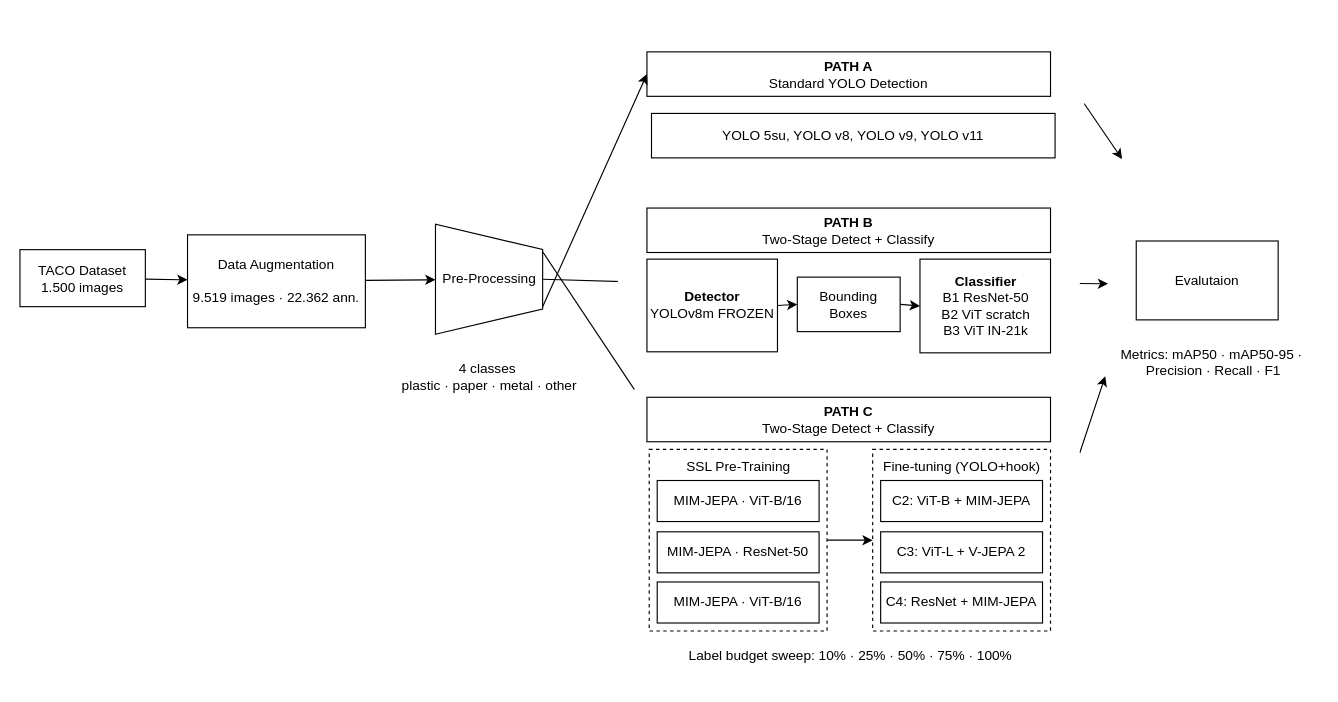
Earlier version of the draw.io diagram page "Página-1" (1 of 4) of pipeline.drawio (gruporaia/TrashScan). Source tidied: cells renumbered, new cells numbered last; positions are measured from the earlier drawing's top-left corner, leaving out a move shared by most shapes. Both pictures are drawn from the tidied source at 114%, with x=0, y=0 at pixel (19, -128).
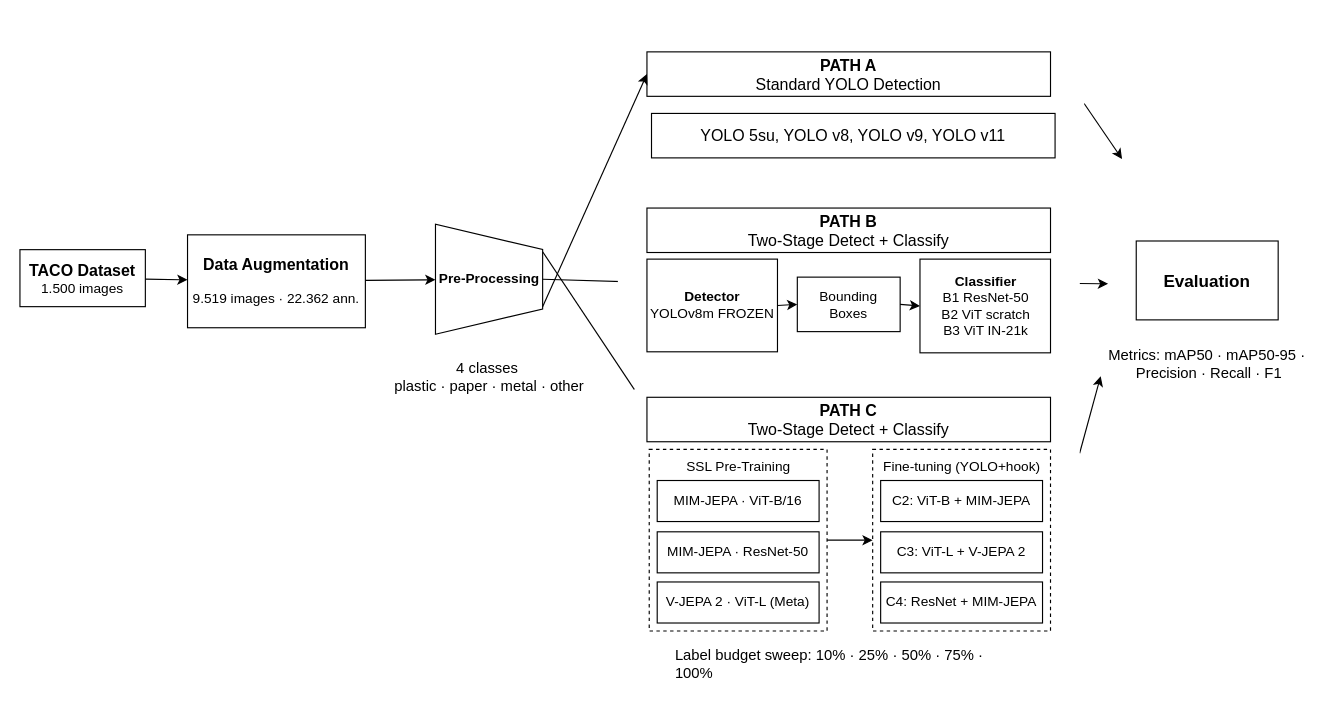
Above is the later version.

Change to the diagram source:
```diff
@@
-    <mxCell id="6" value="&lt;font style=&quot;color: light-dark(rgb(0, 0, 0), rgb(0, 0, 0));&quot;&gt;TACO Dataset&lt;/font&gt;&lt;div&gt;&lt;font style=&quot;color: light-dark(rgb(0, 0, 0), rgb(0, 0, 0));&quot;&gt;1.500 images&lt;/font&gt;&lt;/div&gt;" style="html=1;whiteSpace=wrap;fillColor=none;strokeColor=light-dark(#000000,#000000);" parent="1" vertex="1">
+    <mxCell id="6" value="&lt;font style=&quot;color: light-dark(rgb(0, 0, 0), rgb(0, 0, 0)); font-size: 14px;&quot;&gt;&lt;b style=&quot;&quot;&gt;TACO Dataset&lt;/b&gt;&lt;/font&gt;&lt;div&gt;&lt;font style=&quot;color: light-dark(rgb(0, 0, 0), rgb(0, 0, 0));&quot;&gt;1.500 images&lt;/font&gt;&lt;/div&gt;" style="html=1;whiteSpace=wrap;fillColor=none;strokeColor=light-dark(#000000,#000000);" parent="1" vertex="1">
       <mxGeometry y="330.5" width="110" height="50" as="geometry" />
     </mxCell>
@@
-    <mxCell id="9" value="&lt;font style=&quot;color: light-dark(rgb(0, 0, 0), rgb(0, 0, 0));&quot;&gt;Data Augmentation&lt;/font&gt;&lt;div&gt;&lt;font color=&quot;#000000&quot;&gt;&lt;br&gt;&lt;/font&gt;&lt;div&gt;&lt;font style=&quot;&quot;&gt;&lt;font style=&quot;color: light-dark(rgb(0, 0, 0), rgb(0, 0, 0));&quot;&gt;9.519 images · 22.362 ann.&lt;/font&gt;&lt;/font&gt;&lt;/div&gt;&lt;/div&gt;" style="html=1;whiteSpace=wrap;fillColor=none;strokeColor=light-dark(#000000,#000000);" parent="1" vertex="1">
+    <mxCell id="9" value="&lt;font style=&quot;color: light-dark(rgb(0, 0, 0), rgb(0, 0, 0)); font-size: 14px;&quot;&gt;&lt;b style=&quot;&quot;&gt;Data Augmentation&lt;/b&gt;&lt;/font&gt;&lt;div&gt;&lt;font color=&quot;#000000&quot;&gt;&lt;br&gt;&lt;/font&gt;&lt;div&gt;&lt;font style=&quot;&quot;&gt;&lt;font style=&quot;color: light-dark(rgb(0, 0, 0), rgb(0, 0, 0));&quot;&gt;9.519 images · 22.362 ann.&lt;/font&gt;&lt;/font&gt;&lt;/div&gt;&lt;/div&gt;" style="html=1;whiteSpace=wrap;fillColor=none;strokeColor=light-dark(#000000,#000000);" parent="1" vertex="1">
       <mxGeometry x="147" y="317.5" width="156" height="81.5" as="geometry" />
     </mxCell>
@@
-    <mxCell id="13" value="Pre-Processing" style="verticalLabelPosition=middle;verticalAlign=middle;html=1;shape=trapezoid;perimeter=trapezoidPerimeter;whiteSpace=wrap;size=0.23;arcSize=10;flipV=1;labelPosition=center;align=center;legacyAnchorPoints=0;strokeColor=light-dark(#000000,#000000);fontFamily=Helvetica;fontSize=12;fontColor=light-dark(#000000,#000000);labelBackgroundColor=none;fillColor=none;direction=south;" parent="1" vertex="1">
+    <mxCell id="13" value="&lt;b&gt;Pre-Processing&lt;/b&gt;" style="verticalLabelPosition=middle;verticalAlign=middle;html=1;shape=trapezoid;perimeter=trapezoidPerimeter;whiteSpace=wrap;size=0.23;arcSize=10;flipV=1;labelPosition=center;align=center;legacyAnchorPoints=0;strokeColor=light-dark(#000000,#000000);fontFamily=Helvetica;fontSize=12;fontColor=light-dark(#000000,#000000);labelBackgroundColor=none;fillColor=none;direction=south;" parent="1" vertex="1">
       <mxGeometry x="364.5" y="308.2" width="94" height="96.5" as="geometry" />
     </mxCell>
-    <mxCell id="14" value="4 classes&amp;nbsp;&lt;div&gt;plastic · paper · metal · other&lt;/div&gt;" style="text;html=1;whiteSpace=wrap;strokeColor=none;fillColor=none;align=center;verticalAlign=middle;rounded=0;fontFamily=Helvetica;fontSize=12;fontColor=light-dark(#000000,#000000);labelBackgroundColor=none;" parent="1" vertex="1">
+    <mxCell id="14" value="&lt;font style=&quot;font-size: 13px;&quot;&gt;4 classes&amp;nbsp;&lt;/font&gt;&lt;div&gt;&lt;font style=&quot;font-size: 13px;&quot;&gt;plastic · paper · metal · other&lt;/font&gt;&lt;/div&gt;" style="text;html=1;whiteSpace=wrap;strokeColor=none;fillColor=none;align=center;verticalAlign=middle;rounded=0;fontFamily=Helvetica;fontSize=12;fontColor=light-dark(#000000,#000000);labelBackgroundColor=none;" parent="1" vertex="1">
       <mxGeometry x="326.5" y="435.5" width="170" height="12" as="geometry" />
     </mxCell>
-    <mxCell id="15" value="&lt;font style=&quot;color: light-dark(rgb(0, 0, 0), rgb(0, 0, 0));&quot;&gt;&lt;b&gt;PATH A&lt;br&gt;&lt;/b&gt;&lt;span&gt;Standard YOLO Detection&lt;/span&gt;&lt;/font&gt;" style="html=1;whiteSpace=wrap;fillColor=none;strokeColor=light-dark(#000000,#000000);" parent="1" vertex="1">
+    <mxCell id="15" value="&lt;font style=&quot;color: light-dark(rgb(0, 0, 0), rgb(0, 0, 0)); font-size: 14px;&quot;&gt;&lt;b style=&quot;&quot;&gt;PATH A&lt;br&gt;&lt;/b&gt;Standard YOLO Detection&lt;/font&gt;" style="html=1;whiteSpace=wrap;fillColor=none;strokeColor=light-dark(#000000,#000000);" parent="1" vertex="1">
       <mxGeometry x="550" y="157" width="354" height="39" as="geometry" />
     </mxCell>
-    <mxCell id="16" value="&lt;font style=&quot;color: light-dark(rgb(0, 0, 0), rgb(0, 0, 0));&quot;&gt;YOLO 5su, YOLO v8, YOLO v9, YOLO v11&lt;/font&gt;" style="html=1;whiteSpace=wrap;fillColor=none;strokeColor=light-dark(#000000,#000000);" parent="1" vertex="1">
+    <mxCell id="16" value="&lt;font style=&quot;color: light-dark(rgb(0, 0, 0), rgb(0, 0, 0)); font-size: 14px;&quot;&gt;YOLO 5su, YOLO v8, YOLO v9, YOLO v11&lt;/font&gt;" style="html=1;whiteSpace=wrap;fillColor=none;strokeColor=light-dark(#000000,#000000);" parent="1" vertex="1">
       <mxGeometry x="554" y="211" width="354" height="39" as="geometry" />
     </mxCell>
@@
-    <mxCell id="19" value="&lt;font style=&quot;color: light-dark(rgb(0, 0, 0), rgb(0, 0, 0));&quot;&gt;&lt;b&gt;PATH C&lt;br&gt;&lt;/b&gt;Two-Stage Detect + Classify&lt;/font&gt;" style="html=1;whiteSpace=wrap;fillColor=none;strokeColor=light-dark(#000000,#000000);" parent="1" vertex="1">
+    <mxCell id="19" value="&lt;font style=&quot;color: light-dark(rgb(0, 0, 0), rgb(0, 0, 0)); font-size: 14px;&quot;&gt;&lt;b style=&quot;&quot;&gt;PATH C&lt;br&gt;&lt;/b&gt;Two-Stage Detect + Classify&lt;/font&gt;" style="html=1;whiteSpace=wrap;fillColor=none;strokeColor=light-dark(#000000,#000000);" parent="1" vertex="1">
       <mxGeometry x="550" y="460" width="354" height="39" as="geometry" />
     </mxCell>
@@
-    <mxCell id="24" value="&lt;font style=&quot;&quot;&gt;&lt;div style=&quot;&quot;&gt;MIM-JEPA · ViT-B/16&lt;/div&gt;&lt;/font&gt;" style="html=1;whiteSpace=wrap;fillColor=none;strokeColor=light-dark(#000000,#000000);fontColor=light-dark(#000000,#000000);" parent="1" vertex="1">
+    <mxCell id="24" value="&lt;font style=&quot;&quot;&gt;&lt;div style=&quot;&quot;&gt;V-JEPA 2 · ViT-L (Meta)&lt;/div&gt;&lt;/font&gt;" style="html=1;whiteSpace=wrap;fillColor=none;strokeColor=light-dark(#000000,#000000);fontColor=light-dark(#000000,#000000);" parent="1" vertex="1">
       <mxGeometry x="559" y="622" width="142" height="36" as="geometry" />
     </mxCell>
@@
-    <mxCell id="33" value="&lt;font style=&quot;color: light-dark(rgb(0, 0, 0), rgb(0, 0, 0));&quot;&gt;&lt;b&gt;PATH B&lt;br&gt;&lt;/b&gt;Two-Stage Detect + Classify&lt;/font&gt;" style="html=1;whiteSpace=wrap;fillColor=none;strokeColor=light-dark(#000000,#000000);" parent="1" vertex="1">
+    <mxCell id="33" value="&lt;font style=&quot;color: light-dark(rgb(0, 0, 0), rgb(0, 0, 0)); font-size: 14px;&quot;&gt;&lt;b style=&quot;&quot;&gt;PATH B&lt;br&gt;&lt;/b&gt;Two-Stage Detect + Classify&lt;/font&gt;" style="html=1;whiteSpace=wrap;fillColor=none;strokeColor=light-dark(#000000,#000000);" parent="1" vertex="1">
       <mxGeometry x="550" y="294" width="354" height="39" as="geometry" />
     </mxCell>
@@
-    <mxCell id="40" value="Label budget sweep: 10% · 25% · 50% · 75% · 100%" style="text;whiteSpace=wrap;fontFamily=Helvetica;fontSize=12;fontColor=light-dark(#000000,#000000);labelBackgroundColor=none;" parent="1" vertex="1">
-      <mxGeometry x="585" y="673" width="308" height="36" as="geometry" />
+    <mxCell id="40" value="Label budget sweep: 10% · 25% · 50% · 75% · 100%" style="text;whiteSpace=wrap;fontFamily=Helvetica;fontSize=13;fontColor=light-dark(#000000,#000000);labelBackgroundColor=none;" parent="1" vertex="1">
+      <mxGeometry x="573" y="672" width="308" height="36" as="geometry" />
     </mxCell>
-    <mxCell id="41" value="&lt;font style=&quot;color: light-dark(rgb(0, 0, 0), rgb(0, 0, 0));&quot;&gt;Evalutaion&lt;/font&gt;" style="html=1;whiteSpace=wrap;fillColor=none;strokeColor=light-dark(#000000,#000000);" parent="1" vertex="1">
+    <mxCell id="41" value="&lt;font style=&quot;color: light-dark(rgb(0, 0, 0), rgb(0, 0, 0)); font-size: 15px;&quot;&gt;&lt;b style=&quot;&quot;&gt;Evaluation&lt;/b&gt;&lt;/font&gt;" style="html=1;whiteSpace=wrap;fillColor=none;strokeColor=light-dark(#000000,#000000);" parent="1" vertex="1">
       <mxGeometry x="979.2" y="322.9" width="124.5" height="69.2" as="geometry" />
     </mxCell>
-    <mxCell id="42" value="Metrics: mAP50 · mAP50-95 ·&#10; Precision · Recall · F1" style="text;whiteSpace=wrap;fontFamily=Helvetica;fontSize=12;fontColor=light-dark(#000000,#000000);labelBackgroundColor=none;align=center;" parent="1" vertex="1">
-      <mxGeometry x="952" y="409" width="187" height="65" as="geometry" />
+    <mxCell id="42" value="Metrics: mAP50 · mAP50-95 ·&#10; Precision · Recall · F1" style="text;whiteSpace=wrap;fontFamily=Helvetica;fontSize=13;fontColor=light-dark(#000000,#000000);labelBackgroundColor=none;align=center;" parent="1" vertex="1">
+      <mxGeometry x="948" y="409" width="187" height="65" as="geometry" />
     </mxCell>
```
